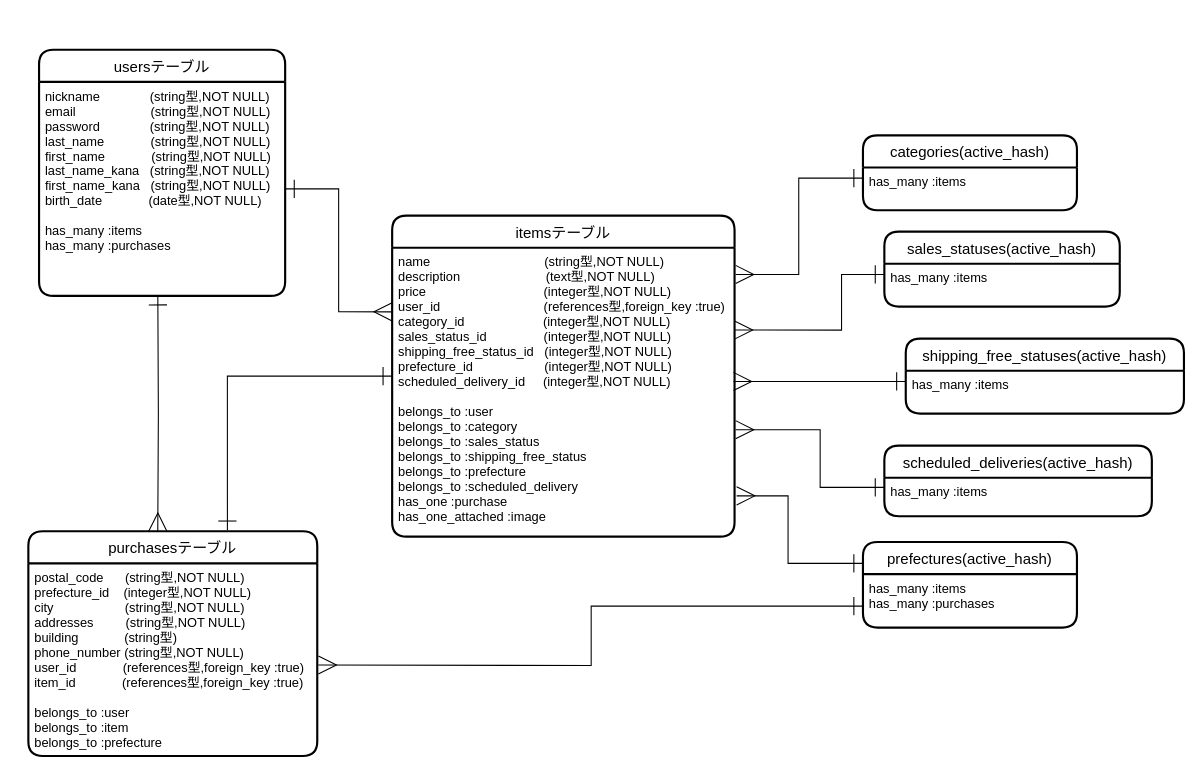
This is DB設計.dio from Yamafuku0717/furima-34794, a draw.io file, before an edit. Source tidied: cells renumbered, new cells numbered last; positions are measured from the earlier drawing's top-left corner, leaving out a move shared by most shapes. Both pictures are drawn from the tidied source at 107%, with x=0, y=0 at pixel (28, 49).
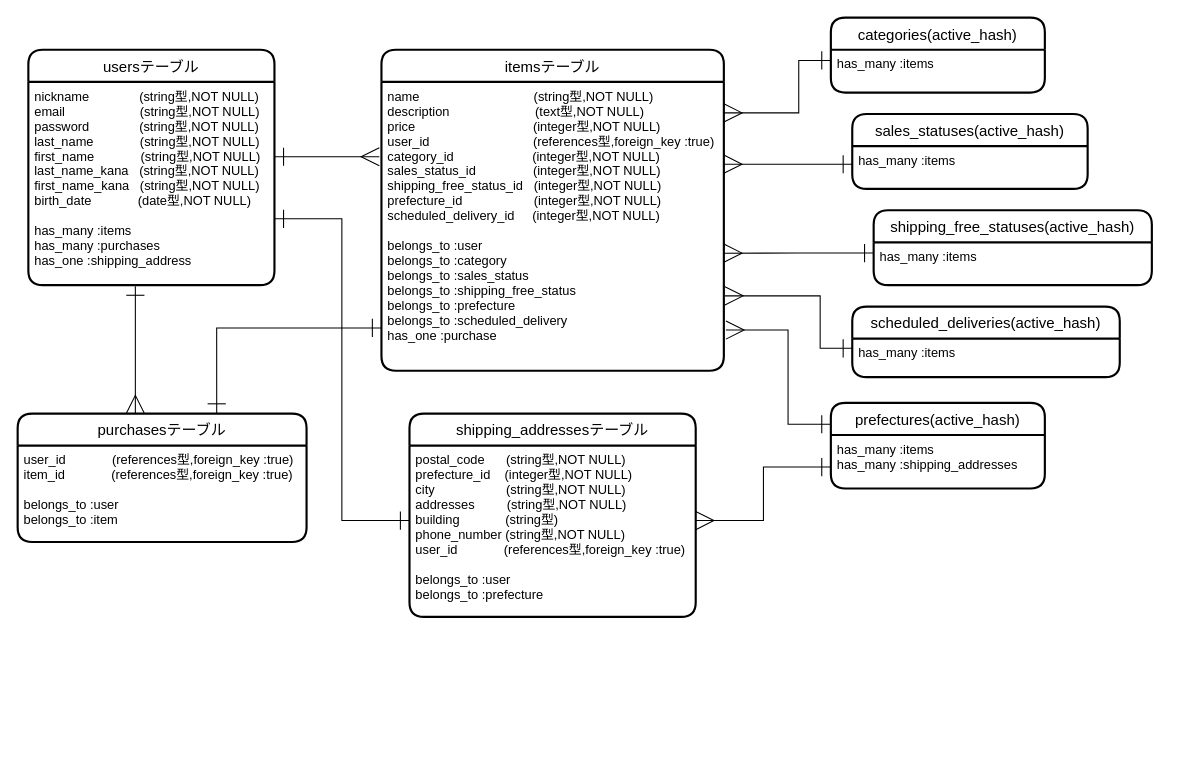
After the change.

Commit message (it also covers changes not shown here):
指摘箇所の修正・追加

The change refers to these unchanged cells:
```xml
<mxCell id="8" value="has_many :items" style="align=left;strokeColor=none;fillColor=none;spacingLeft=4;fontSize=12;verticalAlign=top;" parent="7" vertex="1">
  <mxGeometry y="30" width="220" height="40" as="geometry" />
</mxCell>
<mxCell id="10" value="has_many :items" style="align=left;strokeColor=none;fillColor=none;spacingLeft=4;fontSize=12;verticalAlign=top;" parent="9" vertex="1">
  <mxGeometry y="30" width="200" height="40" as="geometry" />
</mxCell>
<mxCell id="13" value="has_many :items" style="align=left;strokeColor=none;fillColor=none;spacingLeft=4;fontSize=12;verticalAlign=top;" parent="12" vertex="1">
  <mxGeometry y="30" width="260" height="40" as="geometry" />
</mxCell>
<mxCell id="15" value="has_many :items" style="align=left;strokeColor=none;fillColor=none;spacingLeft=4;fontSize=12;verticalAlign=top;" parent="14" vertex="1">
  <mxGeometry y="30" width="250" height="36" as="geometry" />
</mxCell>
```

What changed in the source:
```diff
@@
     <mxCell id="2" value="usersテーブル" style="swimlane;horizontal=1;startSize=30;rounded=1;fontSize=14;fontStyle=0;strokeWidth=2;shadow=0;dashed=0;align=center;" parent="1" vertex="1">
-      <mxGeometry x="10" width="230" height="230" as="geometry" />
+      <mxGeometry width="230" height="220" as="geometry" />
     </mxCell>
-    <mxCell id="3" value="nickname              (string型,NOT NULL)&#10;email                     (string型,NOT NULL)&#10;password              (string型,NOT NULL)&#10;last_name             (string型,NOT NULL)&#10;first_name             (string型,NOT NULL)&#10;last_name_kana   (string型,NOT NULL)&#10;first_name_kana   (string型,NOT NULL)&#10;birth_date             (date型,NOT NULL)&#10;&#10;has_many :items&#10;has_many :purchases" style="align=left;fillColor=none;spacingLeft=4;fontSize=12;verticalAlign=top;strokeColor=none;" parent="2" vertex="1">
-      <mxGeometry y="30" width="230" height="200" as="geometry" />
+    <mxCell id="3" value="nickname              (string型,NOT NULL)&#10;email                     (string型,NOT NULL)&#10;password              (string型,NOT NULL)&#10;last_name             (string型,NOT NULL)&#10;first_name             (string型,NOT NULL)&#10;last_name_kana   (string型,NOT NULL)&#10;first_name_kana   (string型,NOT NULL)&#10;birth_date             (date型,NOT NULL)&#10;&#10;has_many :items&#10;has_many :purchases&#10;has_one :shipping_address" style="align=left;fillColor=none;spacingLeft=4;fontSize=12;verticalAlign=top;strokeColor=none;" parent="2" vertex="1">
+      <mxGeometry y="30" width="230" height="190" as="geometry" />
     </mxCell>
     <mxCell id="4" style="edgeStyle=orthogonalEdgeStyle;rounded=0;jettySize=auto;html=1;entryX=0.689;entryY=-0.005;entryDx=0;entryDy=0;entryPerimeter=0;startArrow=ERone;startFill=0;startSize=15;endArrow=ERone;endFill=0;endSize=15;" parent="1" edge="1" source="5" target="16">
-      <mxGeometry relative="1" as="geometry" />
+      <mxGeometry relative="1" as="geometry">
+        <Array as="points">
+          <mxPoint x="176" y="260" />
+        </Array>
+      </mxGeometry>
     </mxCell>
     <mxCell id="5" value="itemsテーブル" style="swimlane;horizontal=1;startSize=30;rounded=1;fontSize=14;fontStyle=0;strokeWidth=2;shadow=0;dashed=0;align=center;" parent="1" vertex="1">
-      <mxGeometry x="340" y="155" width="320" height="300" as="geometry" />
+      <mxGeometry x="330" width="320" height="300" as="geometry" />
     </mxCell>
-    <mxCell id="6" value="name                                (string型,NOT NULL)&#10;description                        (text型,NOT NULL)&#10;price                                 (integer型,NOT NULL)&#10;user_id                             (references型,foreign_key :true)&#10;category_id                      (integer型,NOT NULL)&#10;sales_status_id                (integer型,NOT NULL)&#10;shipping_free_status_id   (integer型,NOT NULL)&#10;prefecture_id                    (integer型,NOT NULL)&#10;scheduled_delivery_id     (integer型,NOT NULL)&#10;&#10;belongs_to :user&#10;belongs_to :category&#10;belongs_to :sales_status&#10;belongs_to :shipping_free_status&#10;belongs_to :prefecture&#10;belongs_to :scheduled_delivery&#10;has_one :purchase&#10;has_one_attached :image" style="align=left;strokeColor=none;fillColor=none;spacingLeft=4;fontSize=12;verticalAlign=top;" parent="5" vertex="1">
+    <mxCell id="6" value="name                                (string型,NOT NULL)&#10;description                        (text型,NOT NULL)&#10;price                                 (integer型,NOT NULL)&#10;user_id                             (references型,foreign_key :true)&#10;category_id                      (integer型,NOT NULL)&#10;sales_status_id                (integer型,NOT NULL)&#10;shipping_free_status_id   (integer型,NOT NULL)&#10;prefecture_id                    (integer型,NOT NULL)&#10;scheduled_delivery_id     (integer型,NOT NULL)&#10;&#10;belongs_to :user&#10;belongs_to :category&#10;belongs_to :sales_status&#10;belongs_to :shipping_free_status&#10;belongs_to :prefecture&#10;belongs_to :scheduled_delivery&#10;has_one :purchase" style="align=left;strokeColor=none;fillColor=none;spacingLeft=4;fontSize=12;verticalAlign=top;" parent="5" vertex="1">
       <mxGeometry y="30" width="320" height="270" as="geometry" />
     </mxCell>
     <mxCell id="7" value="sales_statuses(active_hash)" style="swimlane;horizontal=1;startSize=30;rounded=1;fontSize=14;fontStyle=0;strokeWidth=2;shadow=0;dashed=0;align=center;" parent="1" vertex="1">
-      <mxGeometry x="800" y="170" width="220" height="70" as="geometry" />
+      <mxGeometry x="770" y="60" width="220" height="70" as="geometry" />
     </mxCell>
@@
     <mxCell id="9" value="categories(active_hash)" style="swimlane;horizontal=1;startSize=30;rounded=1;fontSize=14;fontStyle=0;strokeWidth=2;shadow=0;dashed=0;align=center;" parent="1" vertex="1">
-      <mxGeometry x="780" y="80" width="200" height="70" as="geometry" />
+      <mxGeometry x="750" y="-30" width="200" height="70" as="geometry" />
     </mxCell>
@@
-    <mxCell id="11" style="edgeStyle=orthogonalEdgeStyle;rounded=0;jettySize=auto;html=1;startArrow=ERone;startFill=0;startSize=15;endArrow=ERmany;endFill=0;endSize=15;exitX=0;exitY=0.25;exitDx=0;exitDy=0;" parent="1" edge="1" source="13">
-      <mxGeometry relative="1" as="geometry">
-        <mxPoint x="659" y="310" as="targetPoint" />
-        <Array as="points">
-          <mxPoint x="659" y="310" />
-        </Array>
-      </mxGeometry>
+    <mxCell id="11" style="edgeStyle=orthogonalEdgeStyle;rounded=0;jettySize=auto;html=1;startArrow=ERone;startFill=0;startSize=15;endArrow=ERmany;endFill=0;endSize=15;exitX=0;exitY=0.25;exitDx=0;exitDy=0;entryX=1;entryY=0.593;entryDx=0;entryDy=0;entryPerimeter=0;" parent="1" edge="1" source="13" target="6">
+      <mxGeometry relative="1" as="geometry" />
     </mxCell>
     <mxCell id="12" value="shipping_free_statuses(active_hash)" style="swimlane;horizontal=1;startSize=30;rounded=1;fontSize=14;fontStyle=0;strokeWidth=2;shadow=0;dashed=0;align=center;" parent="1" vertex="1">
-      <mxGeometry x="820" y="270" width="260" height="70" as="geometry" />
+      <mxGeometry x="790" y="150" width="260" height="70" as="geometry" />
     </mxCell>
@@
     <mxCell id="14" value="scheduled_deliveries(active_hash)" style="swimlane;horizontal=1;startSize=30;rounded=1;fontSize=14;fontStyle=0;strokeWidth=2;shadow=0;dashed=0;align=center;" parent="1" vertex="1">
-      <mxGeometry x="800" y="370" width="250" height="66" as="geometry" />
+      <mxGeometry x="770" y="240" width="250" height="66" as="geometry" />
     </mxCell>
@@
     <mxCell id="16" value="purchasesテーブル" style="swimlane;horizontal=1;startSize=30;rounded=1;fontSize=14;fontStyle=0;strokeWidth=2;shadow=0;dashed=0;align=center;" parent="1" vertex="1">
-      <mxGeometry y="450" width="270" height="210" as="geometry" />
+      <mxGeometry x="-10" y="340" width="270" height="120" as="geometry" />
     </mxCell>
-    <mxCell id="17" value="postal_code      (string型,NOT NULL)&#10;prefecture_id    (integer型,NOT NULL)&#10;city                    (string型,NOT NULL)&#10;addresses         (string型,NOT NULL)&#10;building　　　  (string型)&#10;phone_number (string型,NOT NULL)&#10;user_id             (references型,foreign_key :true)&#10;item_id             (references型,foreign_key :true)&#10;&#10;belongs_to :user&#10;belongs_to :item&#10;belongs_to :prefecture" style="align=left;strokeColor=none;fillColor=none;spacingLeft=4;fontSize=12;verticalAlign=top;" parent="16" vertex="1">
-      <mxGeometry y="30" width="270" height="180" as="geometry" />
+    <mxCell id="17" value="user_id             (references型,foreign_key :true)&#10;item_id             (references型,foreign_key :true)&#10;&#10;belongs_to :user&#10;belongs_to :item" style="align=left;strokeColor=none;fillColor=none;spacingLeft=4;fontSize=12;verticalAlign=top;" parent="16" vertex="1">
+      <mxGeometry y="30" width="270" height="90" as="geometry" />
     </mxCell>
     <mxCell id="18" style="edgeStyle=orthogonalEdgeStyle;rounded=0;jettySize=auto;html=1;endArrow=ERmany;endFill=0;startArrow=ERone;startFill=0;endSize=15;startSize=15;exitX=0;exitY=0.25;exitDx=0;exitDy=0;" parent="1" edge="1" source="10">
       <mxGeometry relative="1" as="geometry">
-        <mxPoint x="661" y="210" as="targetPoint" />
+        <mxPoint x="650" y="59" as="targetPoint" />
         <Array as="points">
-          <mxPoint x="720" y="120" />
-          <mxPoint x="720" y="210" />
-          <mxPoint x="661" y="210" />
+          <mxPoint x="720" y="10" />
+          <mxPoint x="720" y="59" />
         </Array>
       </mxGeometry>
     </mxCell>
-    <mxCell id="19" style="edgeStyle=orthogonalEdgeStyle;rounded=0;jettySize=auto;html=1;startArrow=ERone;startFill=0;endArrow=ERmany;endFill=0;endSize=15;startSize=15;entryX=1;entryY=0.285;entryDx=0;entryDy=0;entryPerimeter=0;exitX=0;exitY=0.25;exitDx=0;exitDy=0;" parent="1" edge="1" source="8" target="6">
+    <mxCell id="19" style="edgeStyle=orthogonalEdgeStyle;rounded=0;jettySize=auto;html=1;startArrow=ERone;startFill=0;endArrow=ERmany;endFill=0;endSize=15;startSize=15;entryX=1;entryY=0.285;entryDx=0;entryDy=0;entryPerimeter=0;" parent="1" edge="1" target="6">
       <mxGeometry relative="1" as="geometry">
+        <mxPoint x="770" y="107" as="sourcePoint" />
         <Array as="points">
-          <mxPoint x="760" y="210" />
-          <mxPoint x="760" y="262" />
+          <mxPoint x="770" y="107" />
         </Array>
       </mxGeometry>
     </mxCell>
-    <mxCell id="20" style="edgeStyle=orthogonalEdgeStyle;rounded=0;jettySize=auto;html=1;entryX=1.003;entryY=0.63;entryDx=0;entryDy=0;entryPerimeter=0;startArrow=ERone;startFill=0;startSize=15;endSize=15;endArrow=ERmany;endFill=0;exitX=0;exitY=0.25;exitDx=0;exitDy=0;" parent="1" edge="1" source="15" target="6">
+    <mxCell id="20" style="edgeStyle=orthogonalEdgeStyle;rounded=0;jettySize=auto;html=1;startArrow=ERone;startFill=0;startSize=15;endSize=15;endArrow=ERmany;endFill=0;exitX=0;exitY=0.25;exitDx=0;exitDy=0;" parent="1" edge="1" source="15">
       <mxGeometry relative="1" as="geometry">
+        <mxPoint x="651" y="230" as="targetPoint" />
         <Array as="points">
-          <mxPoint x="740" y="409" />
-          <mxPoint x="740" y="355" />
+          <mxPoint x="740" y="279" />
+          <mxPoint x="740" y="230" />
         </Array>
       </mxGeometry>
     </mxCell>
-    <mxCell id="21" style="edgeStyle=orthogonalEdgeStyle;rounded=0;jettySize=auto;html=1;entryX=0.448;entryY=0;entryDx=0;entryDy=0;entryPerimeter=0;startArrow=ERone;startFill=0;startSize=15;endArrow=ERmany;endFill=0;endSize=15;" parent="1" edge="1" target="16">
+    <mxCell id="21" style="edgeStyle=orthogonalEdgeStyle;rounded=0;jettySize=auto;html=1;startArrow=ERone;startFill=0;startSize=15;endArrow=ERmany;endFill=0;endSize=15;exitX=0.435;exitY=1.005;exitDx=0;exitDy=0;exitPerimeter=0;" parent="1" edge="1" source="3">
       <mxGeometry relative="1" as="geometry">
-        <mxPoint x="121" y="230" as="sourcePoint" />
+        <mxPoint x="100" y="340" as="targetPoint" />
+        <Array as="points">
+          <mxPoint x="100" y="340" />
+        </Array>
       </mxGeometry>
     </mxCell>
     <mxCell id="22" style="edgeStyle=orthogonalEdgeStyle;rounded=0;jettySize=auto;html=1;startArrow=ERone;startFill=0;startSize=15;endArrow=ERmany;endFill=0;endSize=15;entryX=1.006;entryY=0.859;entryDx=0;entryDy=0;entryPerimeter=0;exitX=0;exitY=0.25;exitDx=0;exitDy=0;" parent="1" edge="1" source="25" target="6">
       <mxGeometry relative="1" as="geometry">
         <Array as="points">
-          <mxPoint x="710" y="480" />
-          <mxPoint x="710" y="417" />
+          <mxPoint x="710" y="350" />
+          <mxPoint x="710" y="262" />
         </Array>
       </mxGeometry>
     </mxCell>
-    <mxCell id="23" style="edgeStyle=orthogonalEdgeStyle;rounded=0;jettySize=auto;html=1;exitX=1;exitY=0.5;exitDx=0;exitDy=0;entryX=0;entryY=0.222;entryDx=0;entryDy=0;entryPerimeter=0;startArrow=ERone;startFill=0;startSize=15;endArrow=ERmany;endFill=0;endSize=15;" parent="1" edge="1" source="3" target="6">
-      <mxGeometry relative="1" as="geometry" />
-    </mxCell>
-    <mxCell id="24" style="edgeStyle=orthogonalEdgeStyle;rounded=0;jettySize=auto;html=1;entryX=0;entryY=0.75;entryDx=0;entryDy=0;startArrow=ERmany;startFill=0;startSize=15;endArrow=ERone;endFill=0;endSize=15;" parent="1" edge="1" target="25">
-      <mxGeometry relative="1" as="geometry">
-        <mxPoint x="271" y="575" as="sourcePoint" />
-      </mxGeometry>
-    </mxCell>
     <mxCell id="25" value="prefectures(active_hash)" style="swimlane;horizontal=1;startSize=30;rounded=1;fontSize=14;fontStyle=0;strokeWidth=2;shadow=0;dashed=0;align=center;" parent="1" vertex="1">
-      <mxGeometry x="780" y="460" width="200" height="80" as="geometry" />
+      <mxGeometry x="750" y="330" width="200" height="80" as="geometry" />
     </mxCell>
-    <mxCell id="26" value="has_many :items&#10;has_many :purchases" style="align=left;strokeColor=none;fillColor=none;spacingLeft=4;fontSize=12;verticalAlign=top;" parent="25" vertex="1">
+    <mxCell id="26" value="has_many :items&#10;has_many :shipping_addresses" style="align=left;strokeColor=none;fillColor=none;spacingLeft=4;fontSize=12;verticalAlign=top;" parent="25" vertex="1">
       <mxGeometry y="30" width="200" height="50" as="geometry" />
     </mxCell>
+    <mxCell id="27" value="shipping_addressesテーブル" style="swimlane;horizontal=1;startSize=30;rounded=1;fontSize=14;fontStyle=0;strokeWidth=2;shadow=0;dashed=0;align=center;" parent="1" vertex="1">
+      <mxGeometry x="356.2" y="340" width="267.5" height="190" as="geometry" />
+    </mxCell>
+    <mxCell id="28" value="postal_code      (string型,NOT NULL)&#10;prefecture_id    (integer型,NOT NULL)&#10;city                    (string型,NOT NULL)&#10;addresses         (string型,NOT NULL)&#10;building　　　  (string型)&#10;phone_number (string型,NOT NULL)&#10;user_id             (references型,foreign_key :true)&#10;&#10;belongs_to :user&#10;belongs_to :prefecture" style="align=left;strokeColor=none;fillColor=none;spacingLeft=4;fontSize=12;verticalAlign=top;" parent="27" vertex="1">
+      <mxGeometry y="30" width="267.5" height="160" as="geometry" />
+    </mxCell>
+    <mxCell id="29" style="edgeStyle=orthogonalEdgeStyle;rounded=0;jettySize=auto;html=1;endArrow=ERone;endFill=0;startSize=15;endSize=15;startArrow=ERmany;startFill=0;" parent="1" edge="1" target="3">
+      <mxGeometry relative="1" as="geometry">
+        <mxPoint x="328" y="100" as="sourcePoint" />
+        <Array as="points">
+          <mxPoint x="328" y="100" />
+        </Array>
+      </mxGeometry>
+    </mxCell>
+    <mxCell id="30" style="edgeStyle=orthogonalEdgeStyle;rounded=0;jettySize=auto;html=1;startArrow=ERone;startFill=0;startSize=15;endArrow=ERone;endFill=0;endSize=15;" parent="1" edge="1" source="28">
+      <mxGeometry relative="1" as="geometry">
+        <mxPoint x="230" y="158" as="targetPoint" />
+        <Array as="points">
+          <mxPoint x="293" y="440" />
+          <mxPoint x="293" y="158" />
+        </Array>
+      </mxGeometry>
+    </mxCell>
+    <mxCell id="31" style="edgeStyle=orthogonalEdgeStyle;rounded=0;jettySize=auto;html=1;entryX=0;entryY=0.75;entryDx=0;entryDy=0;startArrow=ERmany;startFill=0;startSize=15;endArrow=ERone;endFill=0;endSize=15;" parent="1" edge="1" source="28" target="25">
+      <mxGeometry relative="1" as="geometry">
+        <Array as="points">
+          <mxPoint x="687" y="440" />
+          <mxPoint x="687" y="390" />
+        </Array>
+      </mxGeometry>
+    </mxCell>
```
